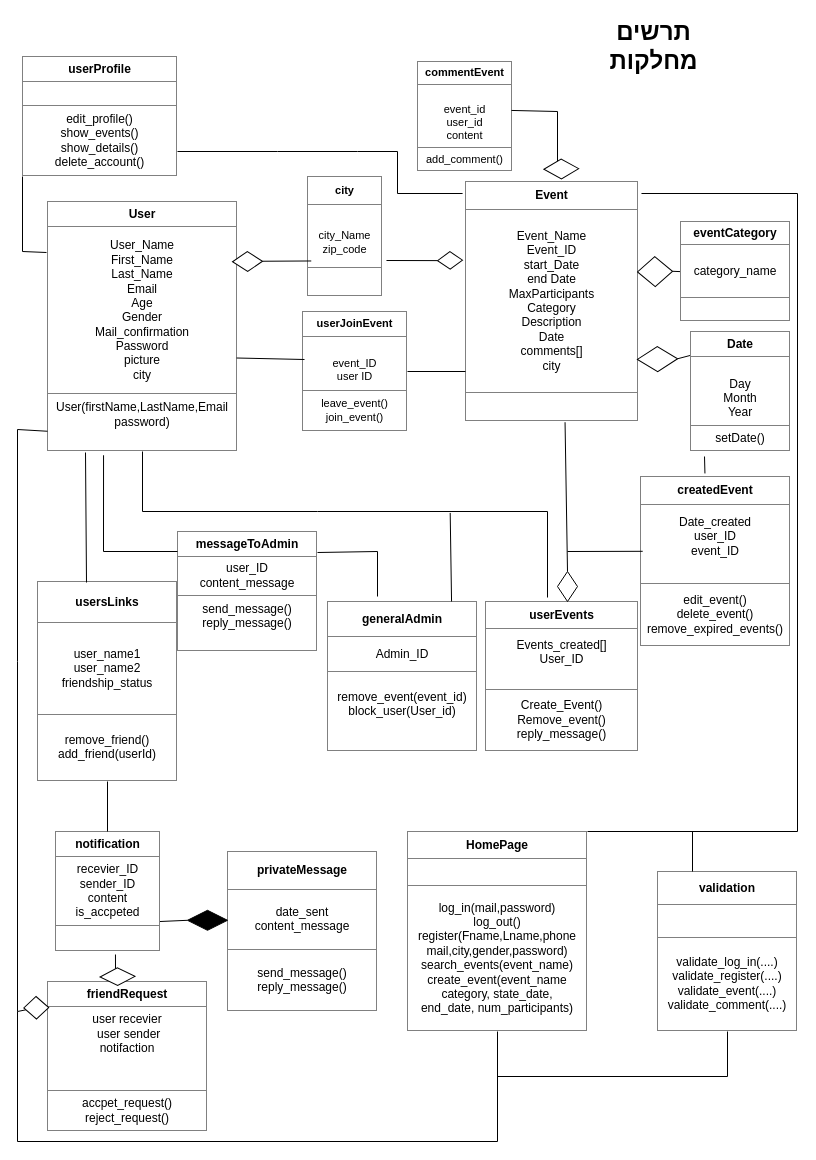
Before: ClassDiagram.drawio.xml in NeoZi12/NeoAndLeon, a draw.io diagram. Source tidied: cells renumbered, new cells numbered last; positions are measured from the earlier drawing's top-left corner, leaving out a move shared by most shapes. Both pictures are drawn from the tidied source at 100%, with x=0, y=0 at pixel (17, 31).
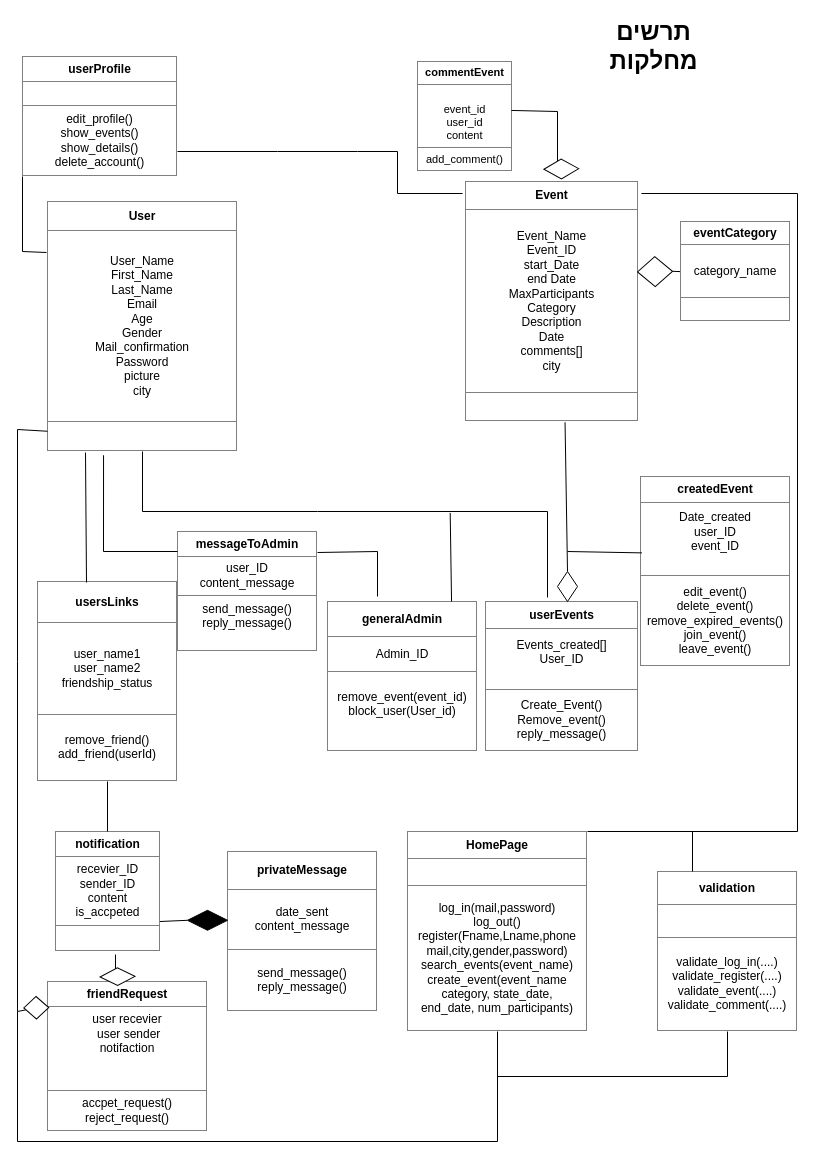
Above is the later version.

Diff of the diagram source:
```diff
@@
-    <mxCell id="3" value="&lt;table border=&quot;1&quot; width=&quot;100%&quot; height=&quot;100%&quot; cellpadding=&quot;4&quot; style=&quot;width:100%;height:100%;border-collapse:collapse;&quot;&gt;&lt;tbody&gt;&lt;tr&gt;&lt;th align=&quot;center&quot;&gt;User&lt;/th&gt;&lt;/tr&gt;&lt;tr&gt;&lt;td align=&quot;center&quot;&gt;User_Name&lt;br&gt;First_Name&lt;br&gt;Last_Name&lt;br&gt;Email&lt;br&gt;Age&lt;br&gt;Gender&lt;br&gt;Mail_confirmation&lt;br&gt;Password&lt;br&gt;picture&lt;br&gt;city&lt;/td&gt;&lt;/tr&gt;&lt;tr&gt;&lt;td align=&quot;center&quot;&gt;User(firstName,LastName,Email&lt;br&gt;password)&lt;br&gt;&lt;br&gt;&lt;/td&gt;&lt;/tr&gt;&lt;/tbody&gt;&lt;/table&gt;" style="text;html=1;whiteSpace=wrap;strokeColor=none;fillColor=none;overflow=fill;" parent="1" vertex="1">
+    <mxCell id="3" value="&lt;table border=&quot;1&quot; width=&quot;100%&quot; height=&quot;100%&quot; cellpadding=&quot;4&quot; style=&quot;width:100%;height:100%;border-collapse:collapse;&quot;&gt;&lt;tbody&gt;&lt;tr&gt;&lt;th align=&quot;center&quot;&gt;User&lt;/th&gt;&lt;/tr&gt;&lt;tr&gt;&lt;td align=&quot;center&quot;&gt;User_Name&lt;br&gt;First_Name&lt;br&gt;Last_Name&lt;br&gt;Email&lt;br&gt;Age&lt;br&gt;Gender&lt;br&gt;Mail_confirmation&lt;br&gt;Password&lt;br&gt;picture&lt;br&gt;city&lt;/td&gt;&lt;/tr&gt;&lt;tr&gt;&lt;td align=&quot;center&quot;&gt;&lt;br&gt;&lt;/td&gt;&lt;/tr&gt;&lt;/tbody&gt;&lt;/table&gt;" style="text;html=1;whiteSpace=wrap;strokeColor=none;fillColor=none;overflow=fill;" parent="1" vertex="1">
       <mxGeometry x="30" y="170" width="190" height="250" as="geometry" />
     </mxCell>
@@
-    <mxCell id="7" style="endArrow=none;html=1;rounded=0;exitX=1;exitY=0.5;exitDx=0;exitDy=0;" parent="1" edge="1" source="36">
-      <mxGeometry relative="1" as="geometry">
-        <mxPoint x="448" y="340" as="targetPoint" />
-      </mxGeometry>
-    </mxCell>
@@
-    <mxCell id="9" value="&lt;table style=&quot;width:100%;height:100%;border-collapse:collapse;&quot; cellpadding=&quot;4&quot; height=&quot;100%&quot; width=&quot;100%&quot; border=&quot;1&quot;&gt;&lt;tbody&gt;&lt;tr&gt;&lt;th align=&quot;center&quot;&gt;city&lt;/th&gt;&lt;/tr&gt;&lt;tr&gt;&lt;td align=&quot;center&quot;&gt;&lt;br&gt;city_Name&lt;br&gt;zip_code&lt;br&gt;&lt;/td&gt;&lt;/tr&gt;&lt;tr&gt;&lt;td align=&quot;center&quot;&gt;&lt;br&gt;&lt;/td&gt;&lt;/tr&gt;&lt;/tbody&gt;&lt;/table&gt;" style="text;html=1;whiteSpace=wrap;strokeColor=none;fillColor=none;overflow=fill;fontSize=11;" parent="1" vertex="1">
-      <mxGeometry x="290" y="145" width="75" height="120" as="geometry" />
-    </mxCell>
@@
-    <mxCell id="12" style="rhombus;whiteSpace=wrap;html=1;rotation=89;" parent="1" vertex="1">
-      <mxGeometry x="423.8" y="216.4" width="17.5" height="25" as="geometry" />
-    </mxCell>
-    <mxCell id="13" style="rhombus;whiteSpace=wrap;html=1;rotation=89;" parent="1" vertex="1">
-      <mxGeometry x="220" y="215" width="20" height="30" as="geometry" />
-    </mxCell>
-    <mxCell id="14" style="endArrow=none;html=1;rounded=0;entryX=0.05;entryY=0.704;entryDx=0;entryDy=0;exitX=0.5;exitY=0;exitDx=0;exitDy=0;entryPerimeter=0;" parent="1" edge="1" source="13" target="9">
-      <mxGeometry relative="1" as="geometry" />
-    </mxCell>
-    <mxCell id="15" style="endArrow=none;html=1;rounded=0;entryX=0.5;entryY=1;entryDx=0;entryDy=0;exitX=1.053;exitY=0.7;exitDx=0;exitDy=0;exitPerimeter=0;" parent="1" edge="1" source="9" target="12">
-      <mxGeometry relative="1" as="geometry" />
-    </mxCell>
@@
-    <mxCell id="19" value="&lt;table border=&quot;1&quot; width=&quot;100%&quot; height=&quot;100%&quot; cellpadding=&quot;4&quot; style=&quot;width:100%;height:100%;border-collapse:collapse;&quot;&gt;&lt;tbody&gt;&lt;tr&gt;&lt;th align=&quot;center&quot;&gt;Date&lt;/th&gt;&lt;/tr&gt;&lt;tr&gt;&lt;td align=&quot;center&quot;&gt;&lt;br&gt;Day&lt;br&gt;Month&lt;br&gt;Year&lt;br&gt;&lt;/td&gt;&lt;/tr&gt;&lt;tr&gt;&lt;td align=&quot;center&quot;&gt;setDate()&lt;/td&gt;&lt;/tr&gt;&lt;/tbody&gt;&lt;/table&gt;" style="text;html=1;whiteSpace=wrap;strokeColor=none;fillColor=none;overflow=fill;" parent="1" vertex="1">
-      <mxGeometry x="672.5" y="300" width="100" height="120" as="geometry" />
-    </mxCell>
-    <mxCell id="20" style="rhombus;whiteSpace=wrap;html=1;rotation=89;" parent="1" vertex="1">
-      <mxGeometry x="627.5" y="307.5" width="25" height="40.2" as="geometry" />
-    </mxCell>
-    <mxCell id="21" style="endArrow=none;html=1;rounded=0;entryX=0;entryY=0.2;entryDx=0;entryDy=0;entryPerimeter=0;exitX=0.5;exitY=0;exitDx=0;exitDy=0;" parent="1" edge="1" source="20" target="19">
-      <mxGeometry relative="1" as="geometry" />
-    </mxCell>
-    <mxCell id="22" value="&lt;table border=&quot;1&quot; width=&quot;100%&quot; height=&quot;100%&quot; cellpadding=&quot;4&quot; style=&quot;width:100%;height:100%;border-collapse:collapse;&quot;&gt;&lt;tbody&gt;&lt;tr&gt;&lt;th align=&quot;center&quot;&gt;createdEvent&lt;/th&gt;&lt;/tr&gt;&lt;tr&gt;&lt;td align=&quot;center&quot;&gt;Date_created&lt;br&gt;user_ID&lt;br&gt;event_ID&lt;br&gt;&lt;br&gt;&lt;/td&gt;&lt;/tr&gt;&lt;tr&gt;&lt;td align=&quot;center&quot;&gt;edit_event()&lt;br&gt;delete_event()&lt;br&gt;remove_expired_events()&lt;/td&gt;&lt;/tr&gt;&lt;/tbody&gt;&lt;/table&gt;" style="text;html=1;whiteSpace=wrap;strokeColor=none;fillColor=none;overflow=fill;" parent="1" vertex="1">
-      <mxGeometry x="622.5" y="445" width="150" height="170" as="geometry" />
+    <mxCell id="22" value="&lt;table border=&quot;1&quot; width=&quot;100%&quot; height=&quot;100%&quot; cellpadding=&quot;4&quot; style=&quot;width:100%;height:100%;border-collapse:collapse;&quot;&gt;&lt;tbody&gt;&lt;tr&gt;&lt;th align=&quot;center&quot;&gt;createdEvent&lt;/th&gt;&lt;/tr&gt;&lt;tr&gt;&lt;td align=&quot;center&quot;&gt;Date_created&lt;br&gt;user_ID&lt;br&gt;event_ID&lt;br&gt;&lt;br&gt;&lt;/td&gt;&lt;/tr&gt;&lt;tr&gt;&lt;td align=&quot;center&quot;&gt;edit_event()&lt;br&gt;delete_event()&lt;br&gt;remove_expired_events()&lt;br&gt;join_event()&lt;br&gt;leave_event()&lt;/td&gt;&lt;/tr&gt;&lt;/tbody&gt;&lt;/table&gt;" style="text;html=1;whiteSpace=wrap;strokeColor=none;fillColor=none;overflow=fill;" parent="1" vertex="1">
+      <mxGeometry x="622.5" y="445" width="150" height="190" as="geometry" />
     </mxCell>
@@
-    <mxCell id="24" style="endArrow=none;html=1;rounded=0;entryX=0.018;entryY=0.44;entryDx=0;entryDy=0;entryPerimeter=0;" parent="1" edge="1" target="22">
+    <mxCell id="24" style="endArrow=none;html=1;rounded=0;entryX=0.013;entryY=0.402;entryDx=0;entryDy=0;entryPerimeter=0;" parent="1" edge="1" target="22">
       <mxGeometry relative="1" as="geometry">
         <mxPoint x="550" y="520" as="sourcePoint" />
       </mxGeometry>
     </mxCell>
@@
-    <mxCell id="31" style="endArrow=none;html=1;rounded=0;exitX=0.433;exitY=-0.018;exitDx=0;exitDy=0;exitPerimeter=0;" parent="1" edge="1" source="22">
-      <mxGeometry relative="1" as="geometry">
-        <mxPoint x="687" y="425" as="targetPoint" />
-      </mxGeometry>
-    </mxCell>
@@
-    <mxCell id="36" value="&lt;table style=&quot;width:100%;height:100%;border-collapse:collapse;&quot; cellpadding=&quot;4&quot; height=&quot;100%&quot; width=&quot;100%&quot; border=&quot;1&quot;&gt;&lt;tbody&gt;&lt;tr&gt;&lt;th align=&quot;center&quot;&gt;userJoinEvent&lt;/th&gt;&lt;/tr&gt;&lt;tr&gt;&lt;td align=&quot;center&quot;&gt;&lt;br&gt;event_ID&lt;br&gt;user ID&lt;/td&gt;&lt;/tr&gt;&lt;tr&gt;&lt;td align=&quot;center&quot;&gt;leave_event()&lt;br&gt;join_event()&lt;/td&gt;&lt;/tr&gt;&lt;/tbody&gt;&lt;/table&gt;" style="text;html=1;whiteSpace=wrap;strokeColor=none;fillColor=none;overflow=fill;fontSize=11;" parent="1" vertex="1">
-      <mxGeometry x="285" y="280" width="105" height="120" as="geometry" />
-    </mxCell>
-    <mxCell id="37" style="endArrow=none;html=1;rounded=0;entryX=0.995;entryY=0.626;entryDx=0;entryDy=0;entryPerimeter=0;exitX=0.019;exitY=0.4;exitDx=0;exitDy=0;exitPerimeter=0;" parent="1" edge="1" source="36" target="3">
-      <mxGeometry relative="1" as="geometry" />
-    </mxCell>
```
